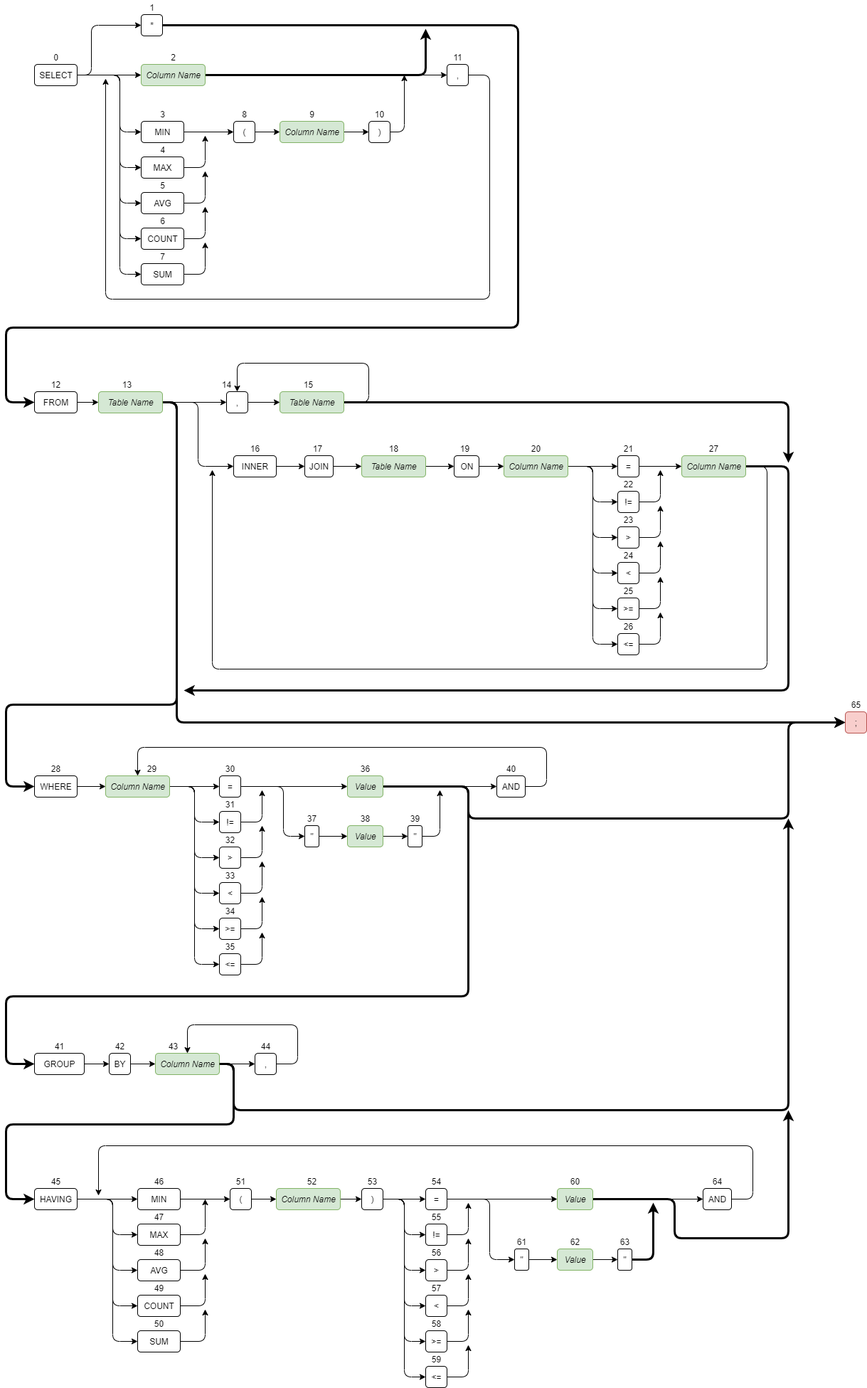
Above: src/files/assets/helpscreen/QueryDiagram.png in DeliciousWaffle/MastersProject (draw.io), before the change. Source tidied: cells renumbered, new cells last; positions are measured from the earlier drawing's top-left corner, leaving out a move shared by most shapes.
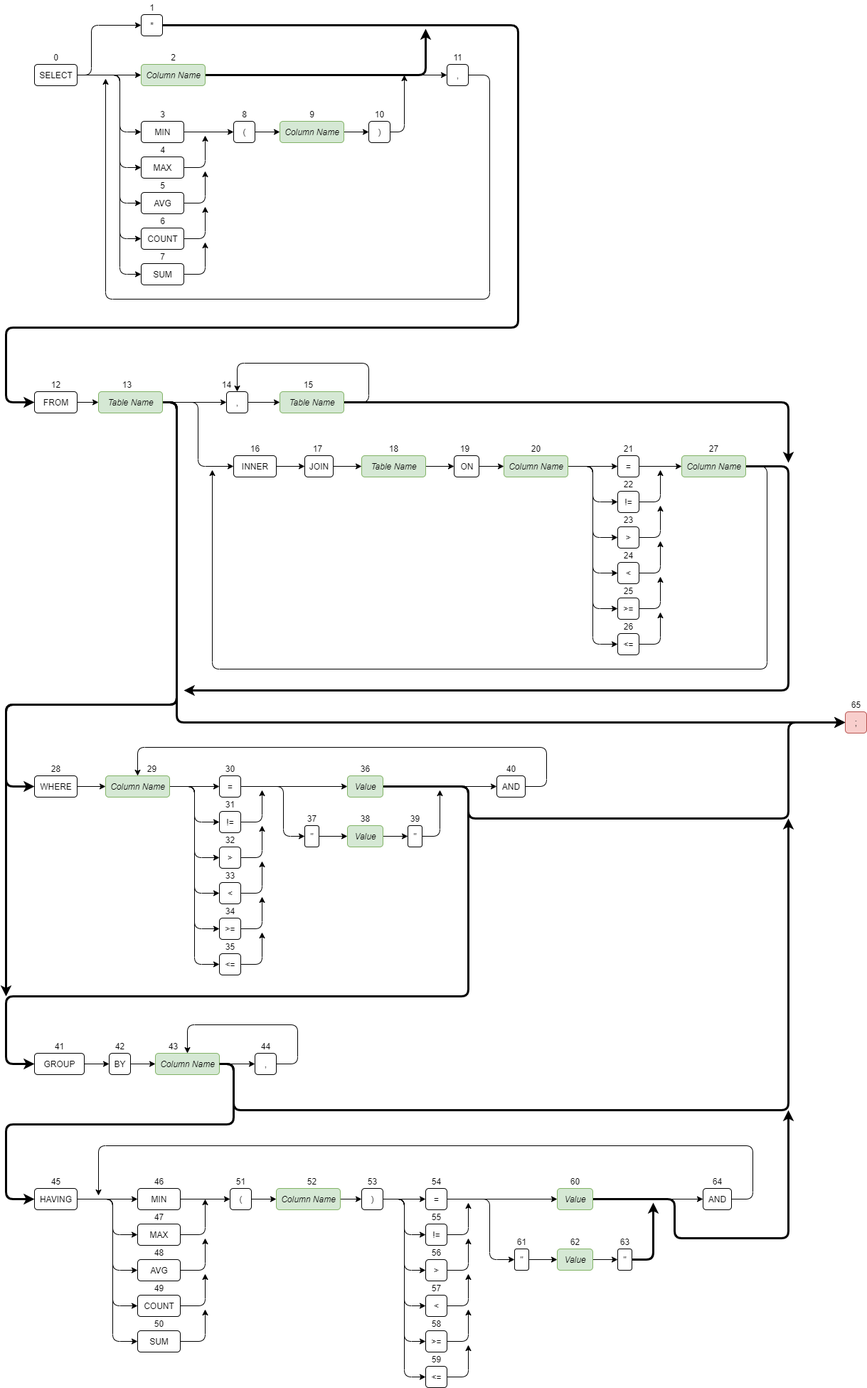
The same diagram one commit later.

Change to the diagram source:
```diff
@@ -225,6 +225,17 @@
         </Array>
       </mxGeometry>
     </mxCell>
+    <mxCell id="237" style="edgeStyle=orthogonalEdgeStyle;rounded=1;jettySize=auto;html=1;exitX=1;exitY=0.5;exitDx=0;exitDy=0;strokeWidth=3;" parent="1" edge="1" source="48">
+      <mxGeometry relative="1" as="geometry">
+        <mxPoint y="1400" as="targetPoint" />
+        <Array as="points">
+          <mxPoint x="240" y="565" />
+          <mxPoint x="240" y="990" />
+          <mxPoint y="990" />
+          <mxPoint y="1360" />
+        </Array>
+      </mxGeometry>
+    </mxCell>
     <mxCell id="48" value="&lt;i&gt;Table Name&lt;/i&gt;" style="html=1;fillColor=#d5e8d4;strokeColor=#82b366;rounded=1;" parent="1" vertex="1">
       <mxGeometry x="130" y="550" width="90" height="30" as="geometry" />
     </mxCell>
```
